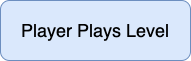
Before: Communicating Architecture/UML Activity Diagram/Intermediate Activity.png, a diagram exported from draw.io (smitbmx/Architecture-Diagrams). Source tidied: cells renumbered, new cells last; positions are measured from the earlier drawing's top-left corner, leaving out a move shared by most shapes.
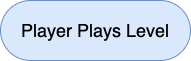
Later version of the same file.

The edit, as a diff of the source:
```diff
@@ -2,7 +2,7 @@
   <root>
     <mxCell id="0" />
     <mxCell id="1" parent="0" />
-    <mxCell id="2" value="Player Plays Level" style="rounded=1;whiteSpace=wrap;html=1;fontSize=18;strokeWidth=1;fillColor=#dae8fc;strokeColor=#6c8ebf;" parent="1" vertex="1">
+    <mxCell id="2" value="Player Plays Level" style="rounded=1;whiteSpace=wrap;html=1;fontSize=18;strokeWidth=1;fillColor=#dae8fc;strokeColor=#6c8ebf;arcSize=50;" parent="1" vertex="1">
       <mxGeometry width="190" height="60" as="geometry" />
     </mxCell>
   </root>
```
